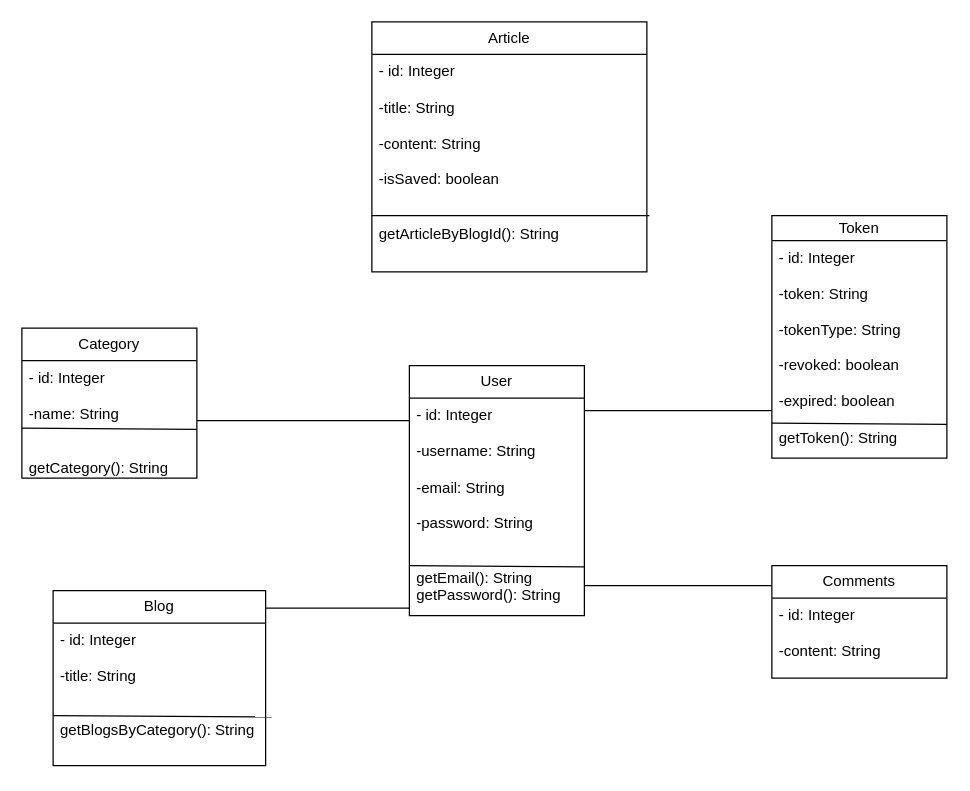
This is page "Diagramme de classe" (4 of 5) of Diagramme sans nom.drawio from Ali0908/BDD_UML, a draw.io file, before an edit. Source tidied: cells renumbered, new cells numbered last; positions are measured from the earlier drawing's top-left corner, leaving out a move shared by most shapes. Both pictures are drawn from the tidied source at 125%, with x=0, y=0 at pixel (21, 21).
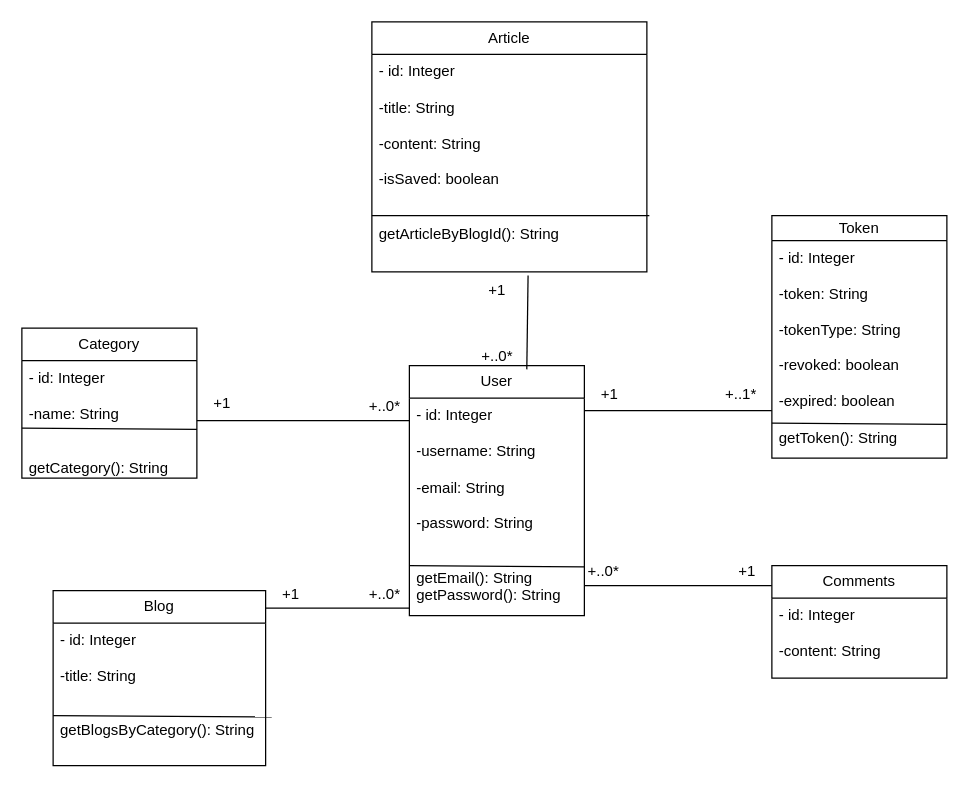
After the change.

Commit message:
v1-diagramme_de_classe_drawio

The change refers to these unchanged cells:
```xml
<mxCell id="2" value="User" style="swimlane;fontStyle=0;horizontal=1;startSize=26;fillColor=none;whiteSpace=wrap;html=1;" parent="1" vertex="1">
  <mxGeometry x="310" y="275" width="140" height="200" as="geometry" />
</mxCell>
<mxCell id="9" value="&lt;div&gt;- id: Integer&lt;/div&gt;&lt;div&gt;&lt;br&gt;&lt;/div&gt;&lt;div&gt;-title: String&lt;/div&gt;&lt;div&gt;&lt;br&gt;&lt;/div&gt;&lt;div&gt;-content: String&lt;/div&gt;&lt;div&gt;&lt;br&gt;&lt;/div&gt;&lt;div&gt;-isSaved: boolean&lt;br&gt;&lt;/div&gt;&lt;div&gt;&lt;br&gt;&lt;/div&gt;&lt;div&gt;&lt;br&gt;&lt;/div&gt;&lt;div&gt;getArticleByBlogId(): String&lt;br&gt;&lt;/div&gt;" style="text;strokeColor=none;fillColor=none;align=left;verticalAlign=top;spacingLeft=4;spacingRight=4;overflow=hidden;points=[[0,0.5],[1,0.5]];portConstraint=eastwest;whiteSpace=wrap;html=1;" parent="8" vertex="1">
  <mxGeometry y="26" width="220" height="174" as="geometry" />
</mxCell>
```

Diff of the diagram source:
```diff
@@
+    <mxCell id="23" style="endArrow=none;html=1;rounded=0;exitX=0.671;exitY=0.015;exitDx=0;exitDy=0;exitPerimeter=0;entryX=0.568;entryY=1.017;entryDx=0;entryDy=0;entryPerimeter=0;" parent="1" edge="1" source="2" target="9">
+      <mxGeometry relative="1" as="geometry" />
+    </mxCell>
+    <mxCell id="24" value="+..0*" style="text;html=1;align=center;verticalAlign=middle;strokeColor=none;fillColor=none;" parent="1" vertex="1">
+      <mxGeometry x="355" y="253" width="50" height="30" as="geometry" />
+    </mxCell>
+    <mxCell id="25" value="+1" style="text;html=1;align=center;verticalAlign=middle;strokeColor=none;fillColor=none;" parent="1" vertex="1">
+      <mxGeometry x="360" y="200" width="40" height="30" as="geometry" />
+    </mxCell>
+    <mxCell id="26" value="+..0*" style="text;html=1;align=center;verticalAlign=middle;strokeColor=none;fillColor=none;" parent="1" vertex="1">
+      <mxGeometry x="265" y="293" width="50" height="30" as="geometry" />
+    </mxCell>
+    <mxCell id="27" value="+1" style="text;html=1;align=center;verticalAlign=middle;strokeColor=none;fillColor=none;" parent="1" vertex="1">
+      <mxGeometry x="140" y="290" width="40" height="30" as="geometry" />
+    </mxCell>
+    <mxCell id="28" value="+..0*" style="text;html=1;align=center;verticalAlign=middle;strokeColor=none;fillColor=none;" parent="1" vertex="1">
+      <mxGeometry x="265" y="443" width="50" height="30" as="geometry" />
+    </mxCell>
+    <mxCell id="29" value="+1" style="text;html=1;align=center;verticalAlign=middle;strokeColor=none;fillColor=none;" parent="1" vertex="1">
+      <mxGeometry x="195" y="443" width="40" height="30" as="geometry" />
+    </mxCell>
+    <mxCell id="30" value="+..0*" style="text;html=1;align=center;verticalAlign=middle;strokeColor=none;fillColor=none;" parent="1" vertex="1">
+      <mxGeometry x="440" y="425" width="50" height="30" as="geometry" />
+    </mxCell>
+    <mxCell id="31" value="+1" style="text;html=1;align=center;verticalAlign=middle;strokeColor=none;fillColor=none;" parent="1" vertex="1">
+      <mxGeometry x="560" y="425" width="40" height="30" as="geometry" />
+    </mxCell>
+    <mxCell id="32" value="+1" style="text;html=1;align=center;verticalAlign=middle;strokeColor=none;fillColor=none;" parent="1" vertex="1">
+      <mxGeometry x="450" y="283" width="40" height="30" as="geometry" />
+    </mxCell>
+    <mxCell id="33" value="+..1*" style="text;html=1;align=center;verticalAlign=middle;strokeColor=none;fillColor=none;" parent="1" vertex="1">
+      <mxGeometry x="550" y="283" width="50" height="30" as="geometry" />
+    </mxCell>
```
